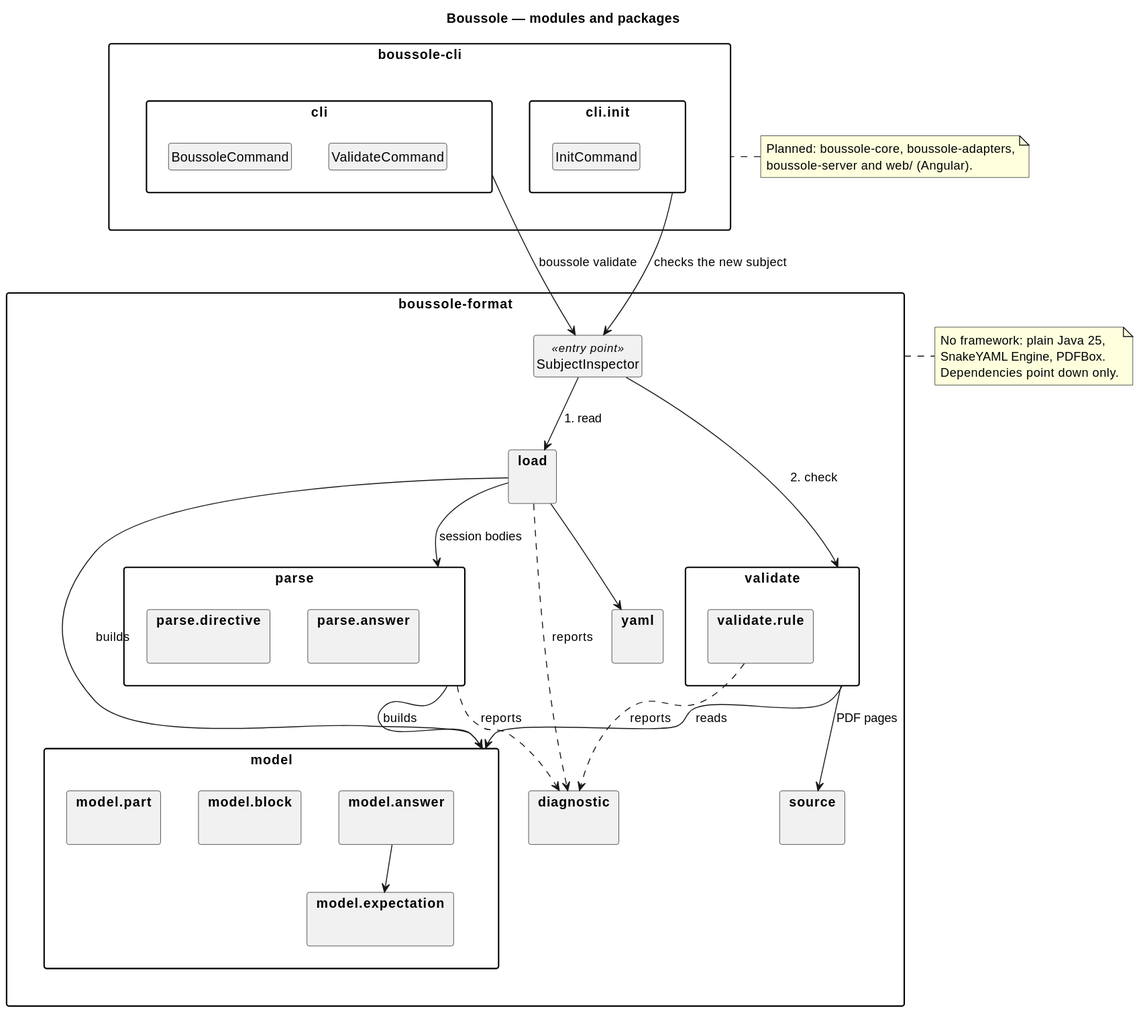
The PlantUML diagram docs/diagrams/00-overview.svg in lucasssoh/Boussole, before a commit.
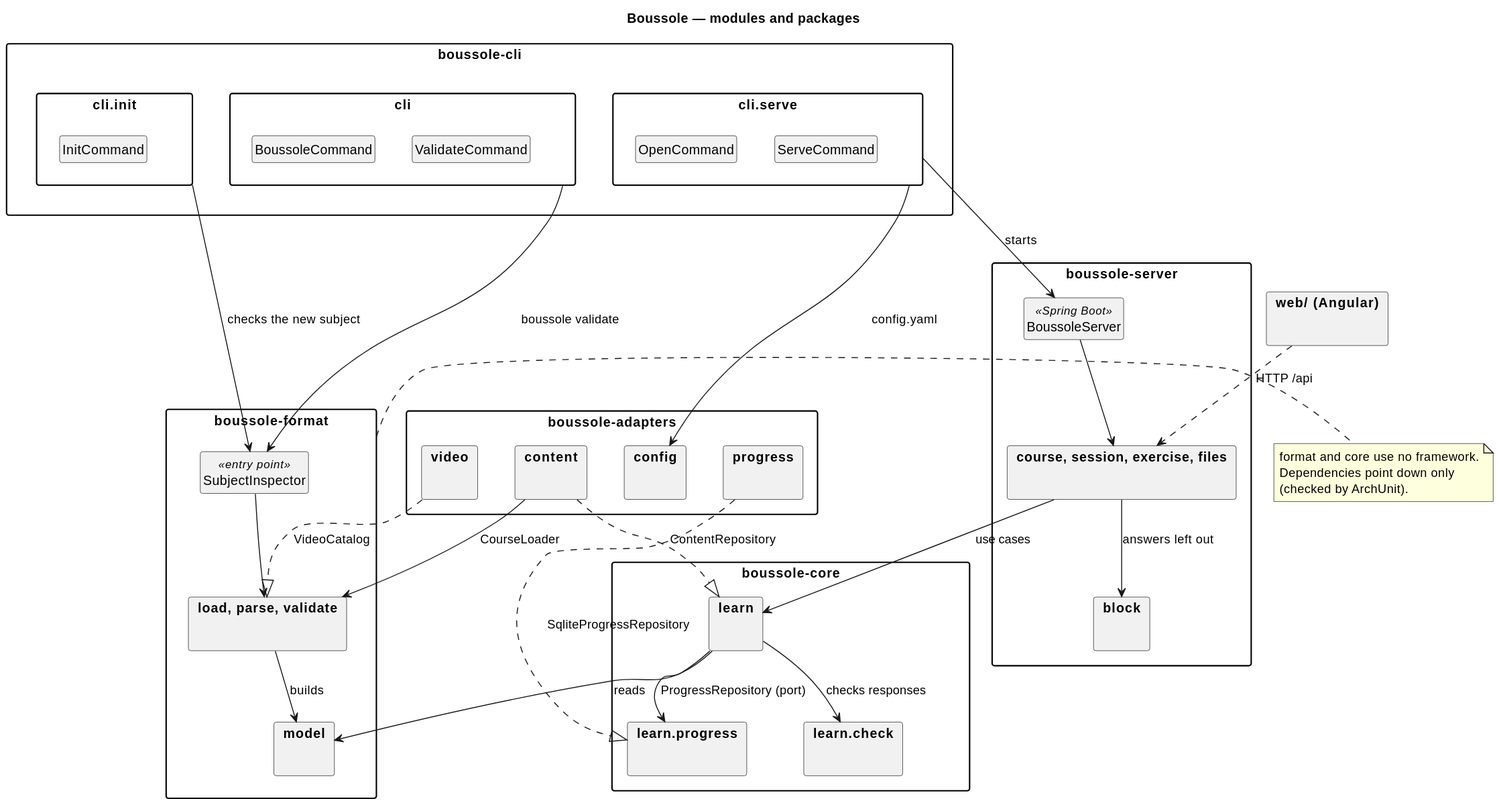
The same file after the commit.

Change to the diagram source:
```diff
@@ -15,63 +15,72 @@
   package "cli.init" as initpkg {
     class InitCommand
   }
+  package "cli.serve" as servepkg {
+    class OpenCommand
+    class ServeCommand
+  }
+}
+
+package "boussole-server" as server {
+  class BoussoleServer <<Spring Boot>>
+  package "course, session, exercise, files" as controllers {
+  }
+  package "block" as views {
+  }
+}
+
+package "boussole-adapters" as adapters {
+  package "content" as content {
+  }
+  package "progress" as progress {
+  }
+  package "config" as config {
+  }
+  package "video" as video {
+  }
+}
+
+package "boussole-core" as core {
+  package "learn" as learn {
+  }
+  package "learn.check" as check {
+  }
+  package "learn.progress" as lprogress {
+  }
 }
 
 package "boussole-format" as format {
   class SubjectInspector <<entry point>>
-  package "load" as load {
-  }
-  package "parse" as parse {
-    package "parse.directive" as directive {
-    }
-    package "parse.answer" as panswer {
-    }
-  }
-  package "validate" as validate {
-    package "validate.rule" as rule {
-    }
+  package "load, parse, validate" as reading {
   }
   package "model" as model {
-    package "model.part" as part {
-    }
-    package "model.block" as block {
-    }
-    package "model.answer" as manswer {
-    }
-    package "model.expectation" as expectation {
-    }
   }
-  package "diagnostic" as diagnostic {
-  }
-  package "yaml" as yaml {
-  }
-  package "source" as source {
-  }
+}
+
+package "web/ (Angular)" as web {
 }
 
 clipkg --> SubjectInspector : boussole validate
 initpkg --> SubjectInspector : checks the new subject
-SubjectInspector --> load : 1. read
-SubjectInspector --> validate : 2. check
-load --> parse : session bodies
-load --> yaml
-parse --> model : builds
-load --> model : builds
-validate --> model : reads
-validate --> source : PDF pages
-rule ..> diagnostic : reports
-load ..> diagnostic : reports
-parse ..> diagnostic : reports
-manswer --> expectation
+servepkg --> BoussoleServer : starts
+servepkg --> config : config.yaml
+web ..> controllers : HTTP /api
+BoussoleServer --> controllers
+controllers --> learn : use cases
+controllers --> views : answers left out
+learn --> check : checks responses
+learn --> lprogress : ProgressRepository (port)
+learn --> model : reads
+content ..|> learn : ContentRepository
+progress ..|> lprogress : SqliteProgressRepository
+content --> reading : CourseLoader
+video ..|> reading : VideoCatalog
+SubjectInspector --> reading
+reading --> model : builds
 
 note right of format
-  No framework: plain Java 25,
-  SnakeYAML Engine, PDFBox.
-  Dependencies point down only.
-end note
-
-note left of cli
-  Planned: boussole-core, boussole-adapters,
-  boussole-server and web/ (Angular).
+  format and core use no framework.
+  Dependencies point down only
+  (checked by ArchUnit).
 end note
 @enduml
```
